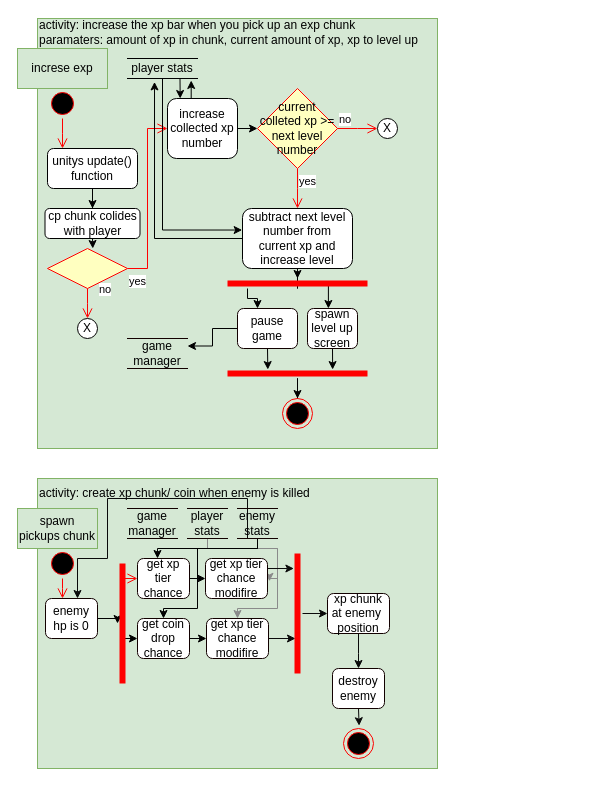
Before: page "xp system" (3 of 3) of Documentation files/activity diagram.drawio in Ulibomber1/Middlespace-Survivor, a draw.io diagram. Source tidied: cells renumbered, new cells numbered last; positions are measured from the earlier drawing's top-left corner, leaving out a move shared by most shapes. Both pictures are drawn from the tidied source at 100%, with x=0, y=0 at pixel (17, 17).
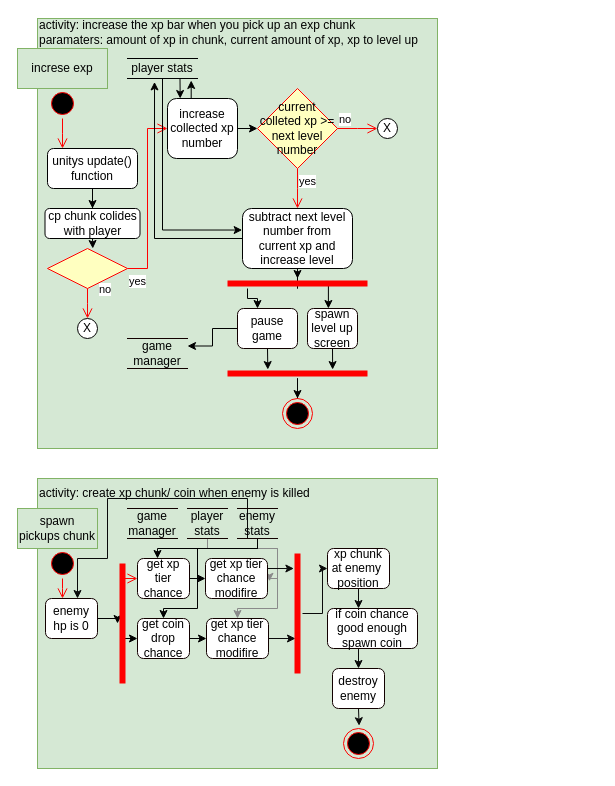
The same page after the edit.

Unchanged cells that the change refers to:
```xml
<mxCell id="71" value="destroy enemy" style="rounded=1;whiteSpace=wrap;html=1;strokeColor=#120000;strokeWidth=1;" parent="1" vertex="1">
  <mxGeometry x="315" y="651" width="52" height="40" as="geometry" />
</mxCell>
```

The edit, as a diff of the source:
```diff
@@
     <mxCell id="68" style="edgeStyle=orthogonalEdgeStyle;rounded=0;jettySize=auto;html=1;strokeColor=#0A0A0A;" parent="1" edge="1" source="69">
       <mxGeometry relative="1" as="geometry">
-        <mxPoint x="341" y="651" as="targetPoint" />
+        <mxPoint x="340" y="591" as="targetPoint" />
       </mxGeometry>
     </mxCell>
     <mxCell id="69" value="xp chunk at enemy&amp;nbsp;&lt;br&gt;position" style="rounded=1;whiteSpace=wrap;html=1;strokeColor=#120000;strokeWidth=1;" parent="1" vertex="1">
-      <mxGeometry x="310" y="576" width="62" height="40" as="geometry" />
+      <mxGeometry x="310" y="531" width="62" height="40" as="geometry" />
     </mxCell>
@@
+    <mxCell id="73" style="edgeStyle=orthogonalEdgeStyle;rounded=0;jettySize=auto;html=1;entryX=0.5;entryY=0;entryDx=0;entryDy=0;strokeColor=#0A0A0A;" parent="1" edge="1" source="74" target="71">
+      <mxGeometry relative="1" as="geometry">
+        <Array as="points">
+          <mxPoint x="340" y="651" />
+        </Array>
+      </mxGeometry>
+    </mxCell>
+    <mxCell id="74" value="if coin chance good enough spawn coin" style="rounded=1;whiteSpace=wrap;html=1;strokeColor=#120000;strokeWidth=1;" parent="1" vertex="1">
+      <mxGeometry x="310" y="591" width="90" height="40" as="geometry" />
+    </mxCell>
```
